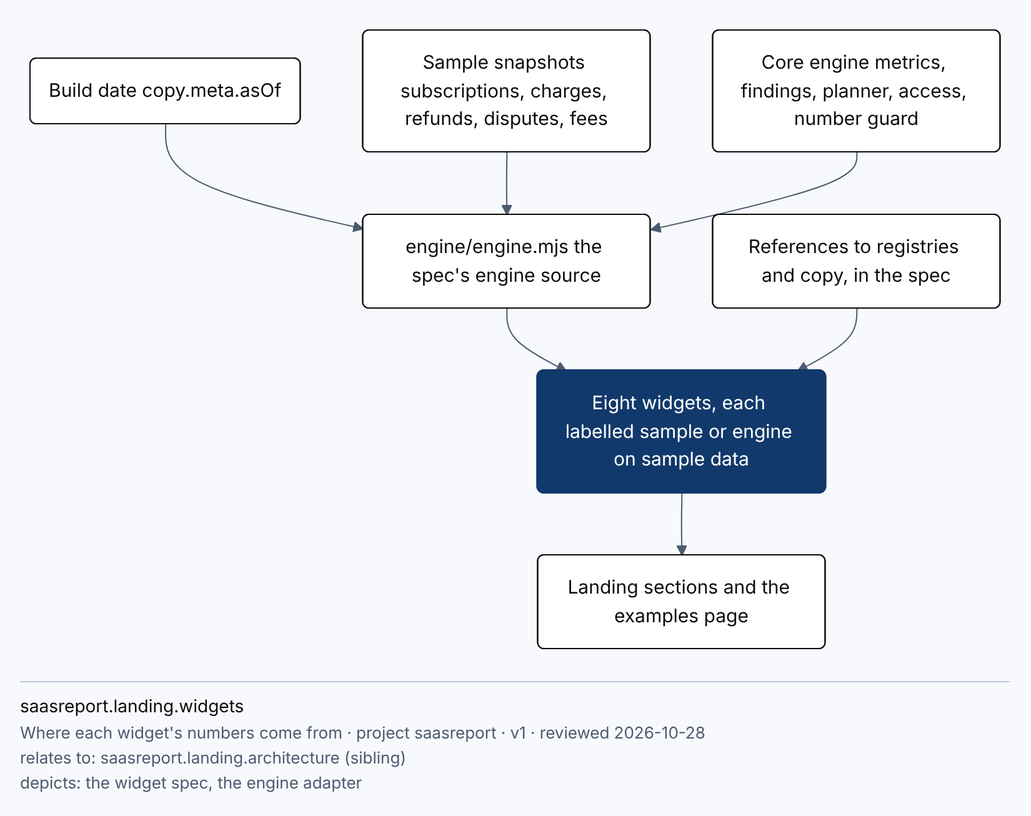
This is docs/diagrams/landing-widgets.png from SaasReport/landing, a Mermaid export, as it was before one commit. Its source is kept beside it as docs/diagrams/landing-widgets.mmd.
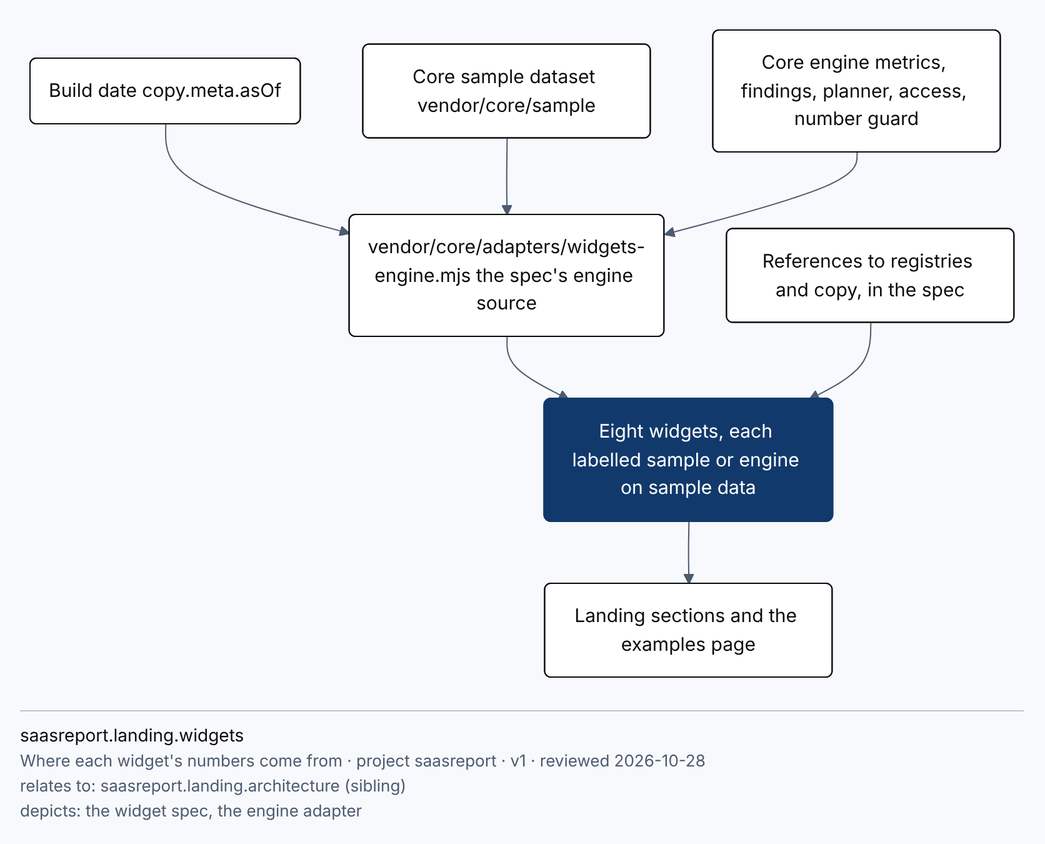
After the change.

Change to the diagram source:
```diff
@@ -1,9 +1,9 @@
 %%{init: {"theme":"base","themeVariables":{"fontFamily":"Inter, Arial, sans-serif","fontSize":"15px","textColor":"#0B0B0B","stateLabelColor":"#0B0B0B","transitionLabelColor":"#0B0B0B","background":"#F7F9FC","primaryColor":"#FFFFFF","primaryTextColor":"#0B0B0B","primaryBorderColor":"#0B0B0B","lineColor":"#4D5B70","secondaryColor":"#EDF1F6","tertiaryColor":"#F7F9FC","clusterBkg":"#EDF1F6","clusterBorder":"#B9C6D8","edgeLabelBackground":"#F7F9FC","titleColor":"#0B0B0B","actorBkg":"#0B0B0B","actorBorder":"#0B0B0B","actorTextColor":"#FFFFFF","actorLineColor":"#B9C6D8","signalColor":"#0B0B0B","signalTextColor":"#0B0B0B","labelBoxBkgColor":"#F7F9FC","labelBoxBorderColor":"#B9C6D8","noteBkgColor":"#EEF3F9","noteBorderColor":"#6F9BD8","sequenceNumberColor":"#FFFFFF","stateBkg":"#FFFFFF","stateBorder":"#0B0B0B","transitionColor":"#4D5B70","specialStateColor":"#12396B"}}}%%
 flowchart TB
   asof("Build date copy.meta.asOf")
-  snap("Sample snapshots subscriptions, charges, refunds, disputes, fees")
+  snap("Core sample dataset vendor/core/sample")
   core("Core engine metrics, findings, planner, access, number guard")
-  adapter("engine/engine.mjs the spec's engine source")
+  adapter("vendor/core/adapters/widgets-engine.mjs the spec's engine source")
   ref("References to registries and copy, in the spec")
   widgets("Eight widgets, each labelled sample or engine on sample data")
   page("Landing sections and the examples page")
```
